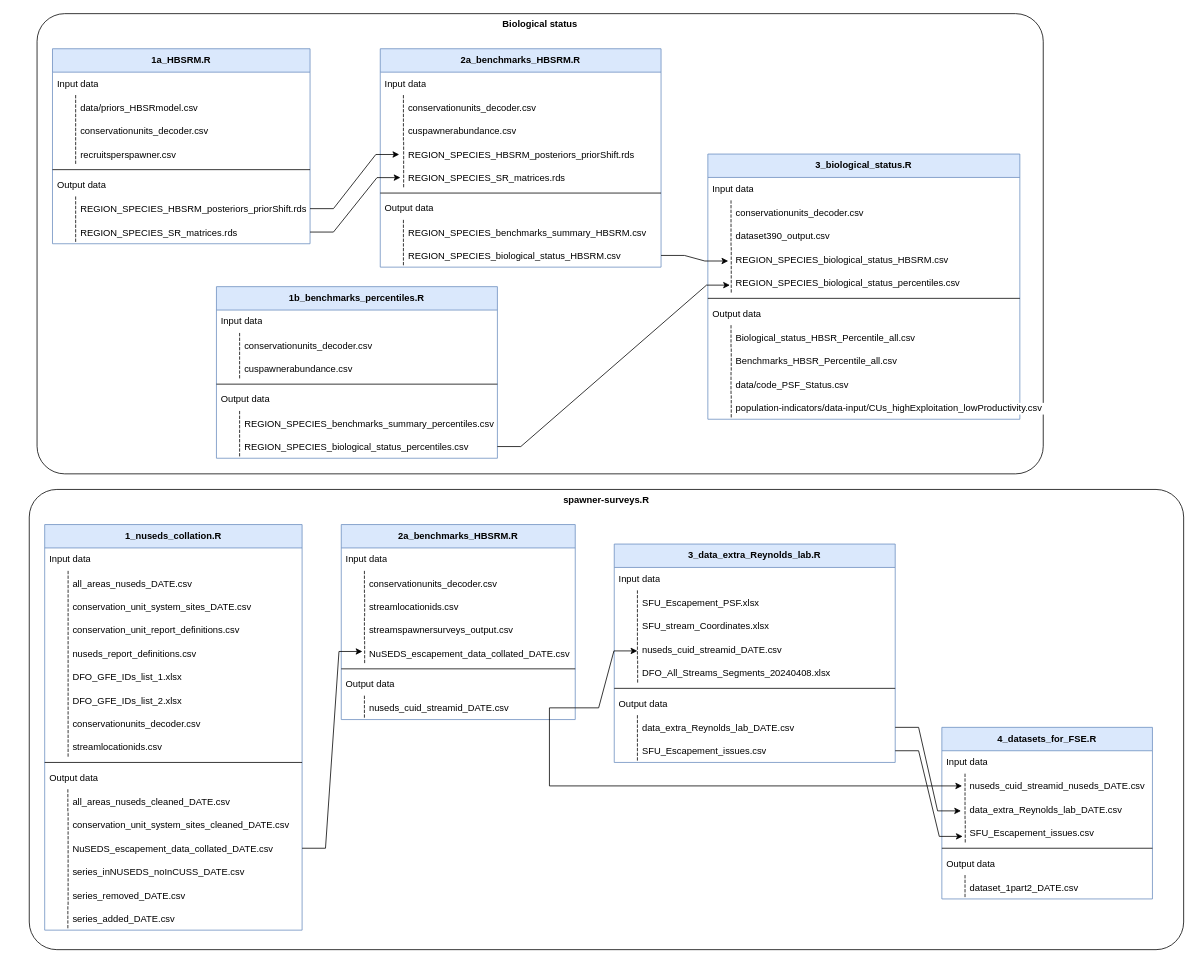
salmonwatersheds/population-indicators keeps this draw.io diagram as flowcharts/Flowchart_datasets_scripts_population_indicators.drawio. Above is the earlier version. Source tidied: cells renumbered, new cells numbered last; positions are measured from the earlier drawing's top-left corner, leaving out a move shared by most shapes. Both pictures are drawn from the tidied source at 78%, with x=0, y=0 at pixel (29, 13).
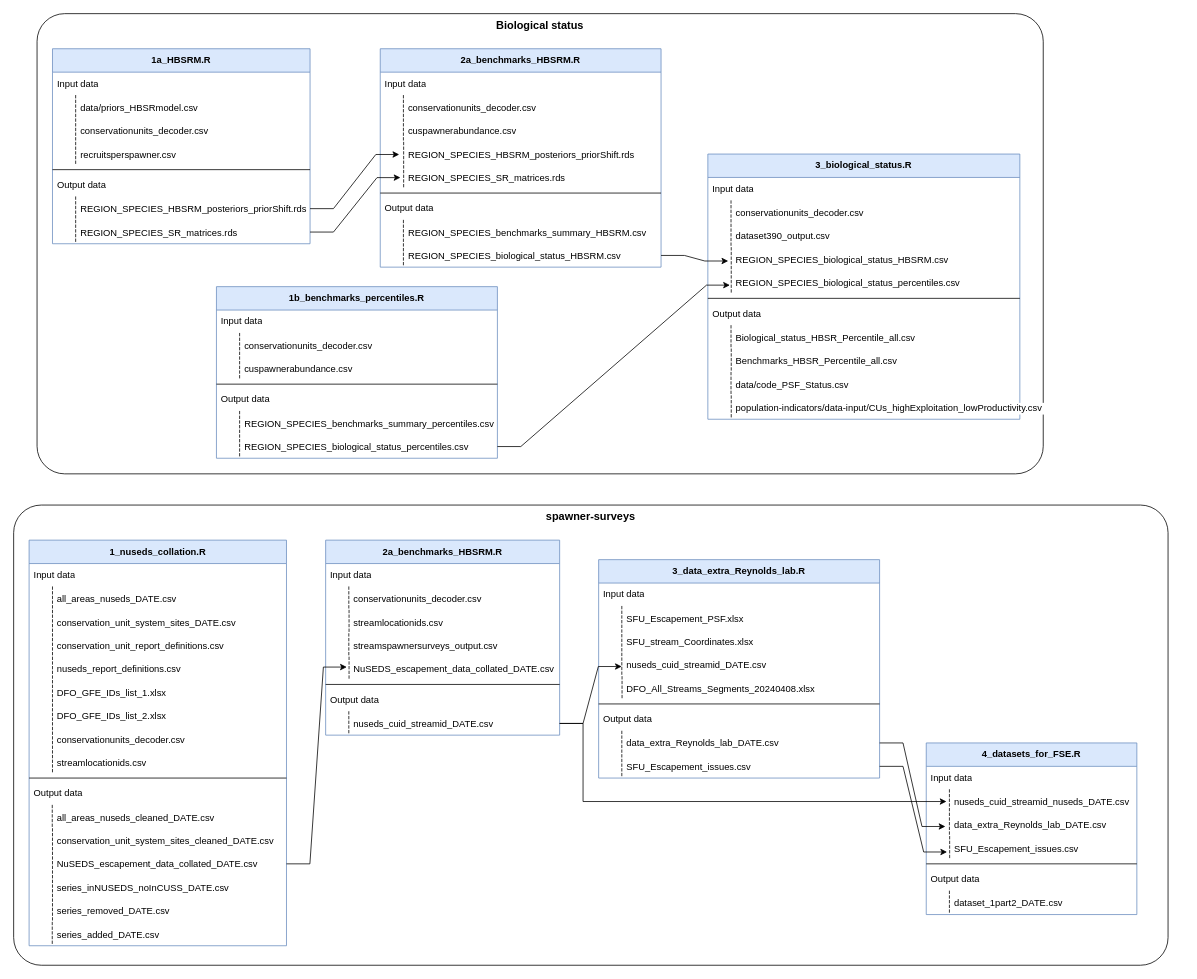
The same page after the edit.

The change refers to these unchanged cells:
```xml
<mxCell id="130" value="nuseds_cuid_streamid_DATE.csv" style="shape=partialRectangle;fillColor=none;align=left;verticalAlign=middle;strokeColor=none;spacingLeft=34;points=[[0,0.5],[1,0.5]];portConstraint=eastwest;fontSize=12;" parent="118" vertex="1">
  <mxGeometry y="220" width="300" height="30" as="geometry" />
</mxCell>
<mxCell id="135" style="shape=partialRectangle;top=0;left=0;bottom=0;fillColor=none;stokeWidth=1;dashed=1;align=left;verticalAlign=middle;spacingLeft=4;spacingRight=4;overflow=hidden;points=[];portConstraint=eastwest;fontSize=12;" parent="134" vertex="1">
  <mxGeometry width="29.7" height="30" as="geometry" />
</mxCell>
```

The edit, as a diff of the source:
```diff
@@
-    <mxCell id="2" value="&lt;b style=&quot;font-size: 12px;&quot;&gt;Biological status&lt;/b&gt;" style="rounded=1;whiteSpace=wrap;html=1;direction=west;verticalAlign=top;arcSize=6;fontSize=12;" parent="1" vertex="1">
+    <mxCell id="2" value="&lt;b style=&quot;&quot;&gt;&lt;font style=&quot;font-size: 14px;&quot;&gt;Biological status&lt;/font&gt;&lt;/b&gt;" style="rounded=1;whiteSpace=wrap;html=1;direction=west;verticalAlign=top;arcSize=6;fontSize=12;" parent="1" vertex="1">
       <mxGeometry x="10" width="1290" height="590" as="geometry" />
     </mxCell>
@@
-    <mxCell id="69" value="&lt;b style=&quot;font-size: 12px;&quot;&gt;spawner-surveys.R&lt;/b&gt;" style="rounded=1;whiteSpace=wrap;html=1;direction=west;verticalAlign=top;arcSize=6;fontSize=12;" parent="1" vertex="1">
-      <mxGeometry y="610" width="1480" height="590" as="geometry" />
+    <mxCell id="69" value="&lt;b style=&quot;&quot;&gt;&lt;font style=&quot;font-size: 14px;&quot;&gt;spawner-surveys&lt;/font&gt;&lt;/b&gt;" style="rounded=1;whiteSpace=wrap;html=1;direction=west;verticalAlign=top;arcSize=6;fontSize=12;" parent="1" vertex="1">
+      <mxGeometry x="-20" y="630" width="1480" height="590" as="geometry" />
     </mxCell>
@@
     <mxCell id="148" style="edgeStyle=elbowEdgeStyle;shape=connector;rounded=0;jettySize=auto;html=1;exitX=1;exitY=0.5;exitDx=0;exitDy=0;entryX=0.873;entryY=0.503;entryDx=0;entryDy=0;entryPerimeter=0;strokeColor=default;align=center;verticalAlign=middle;fontFamily=Helvetica;fontSize=11;fontColor=default;labelBackgroundColor=default;endArrow=classic;" parent="69" edge="1" source="130" target="135">
       <mxGeometry relative="1" as="geometry">
         <Array as="points">
-          <mxPoint x="666.9" y="270.1" />
+          <mxPoint x="730" y="330" />
         </Array>
       </mxGeometry>
     </mxCell>
```
